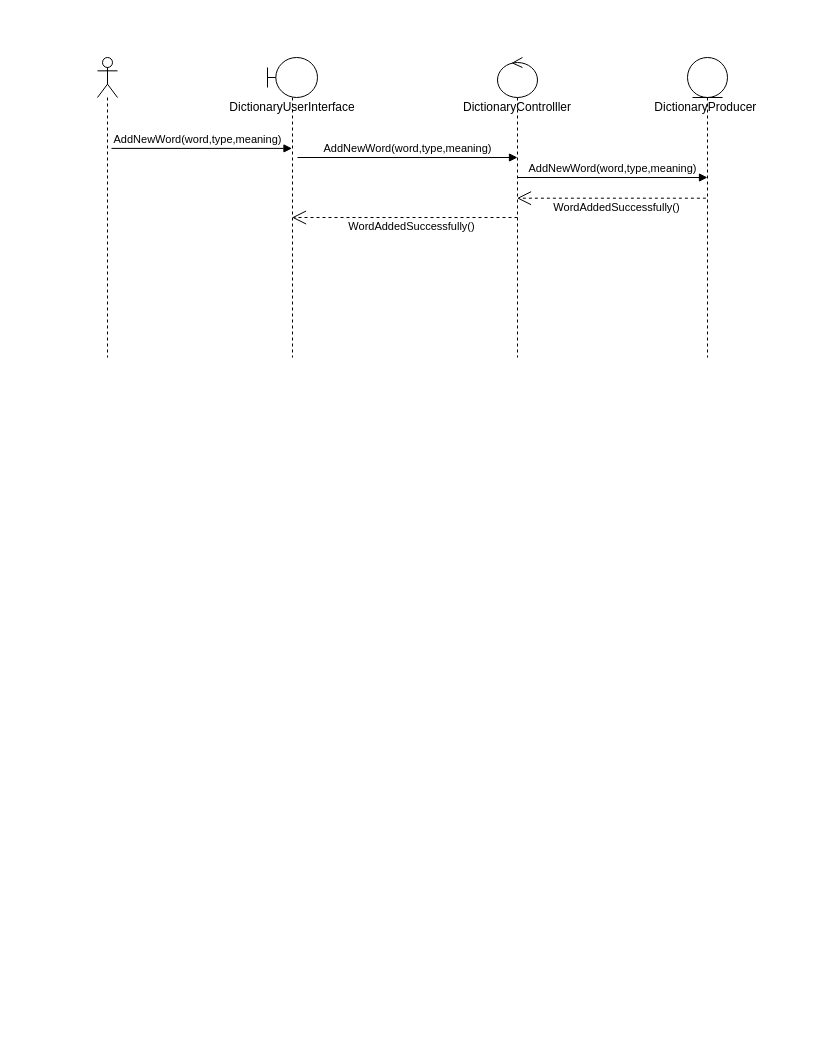
The draw.io diagram page "dictionary-scenario" (1 of 3) of diagrams/sa-osgi-a1.drawio in matthew-sliit/compactdictionaryforchatbot, before the edit. Source tidied: cells renumbered, new cells numbered last; positions are measured from the earlier drawing's top-left corner, leaving out a move shared by most shapes. Both pictures are drawn from the tidied source at 100%, with x=0, y=0 at pixel (97, 57).
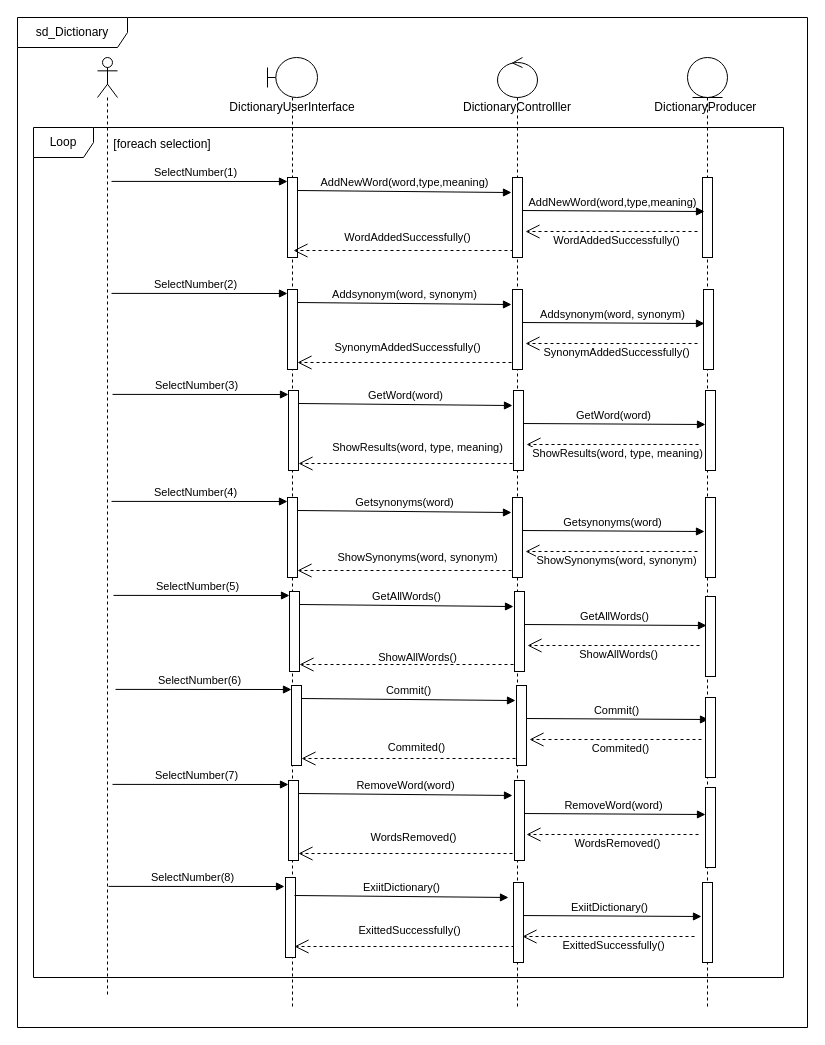
The same page after the edit.

The edit, as a diff of the source:
```diff
@@
+    <mxCell id="11" value="sd_Dictionary" style="shape=umlFrame;whiteSpace=wrap;html=1;width=110;height=30;" parent="1" vertex="1">
+      <mxGeometry x="-80" y="-40" width="790" height="1010" as="geometry" />
+    </mxCell>
+    <mxCell id="12" value="Loop" style="shape=umlFrame;whiteSpace=wrap;html=1;" parent="1" vertex="1">
+      <mxGeometry x="-64" y="70" width="750" height="850" as="geometry" />
+    </mxCell>
     <mxCell id="2" value="DictionaryUserInterface" style="shape=umlLifeline;participant=umlBoundary;perimeter=lifelinePerimeter;whiteSpace=wrap;html=1;verticalAlign=top;spacingTop=36;outlineConnect=0;" parent="1" vertex="1">
-      <mxGeometry x="170" width="50" height="300" as="geometry" />
+      <mxGeometry x="170" width="50" height="950" as="geometry" />
     </mxCell>
+    <mxCell id="13" style="html=1;perimeter=orthogonalPerimeter;" parent="2" vertex="1">
+      <mxGeometry x="20" y="120" width="10" height="80" as="geometry" />
+    </mxCell>
+    <mxCell id="14" style="html=1;perimeter=orthogonalPerimeter;" parent="2" vertex="1">
+      <mxGeometry x="18" y="820" width="10" height="80" as="geometry" />
+    </mxCell>
     <mxCell id="3" value="DictionaryProducer&amp;nbsp;" style="shape=umlLifeline;participant=umlEntity;perimeter=lifelinePerimeter;whiteSpace=wrap;html=1;verticalAlign=top;spacingTop=36;outlineConnect=0;" parent="1" vertex="1">
-      <mxGeometry x="590" width="40" height="300" as="geometry" />
+      <mxGeometry x="590" width="40" height="950" as="geometry" />
     </mxCell>
+    <mxCell id="15" style="html=1;points=[];perimeter=orthogonalPerimeter;" parent="3" vertex="1">
+      <mxGeometry x="15" y="120" width="10" height="80" as="geometry" />
+    </mxCell>
     <mxCell id="4" value="DictionaryControlller" style="shape=umlLifeline;participant=umlControl;perimeter=lifelinePerimeter;whiteSpace=wrap;html=1;verticalAlign=top;spacingTop=36;outlineConnect=0;" parent="1" vertex="1">
-      <mxGeometry x="400" width="40" height="300" as="geometry" />
+      <mxGeometry x="400" width="40" height="950" as="geometry" />
     </mxCell>
     <mxCell id="5" style="shape=umlLifeline;participant=umlActor;perimeter=lifelinePerimeter;whiteSpace=wrap;html=1;verticalAlign=top;spacingTop=36;outlineConnect=0;" parent="1" vertex="1">
-      <mxGeometry width="20" height="300" as="geometry" />
+      <mxGeometry width="20" height="940" as="geometry" />
     </mxCell>
-    <mxCell id="6" value="AddNewWord(word,type,meaning)" style="html=1;verticalAlign=bottom;endArrow=block;exitX=0.7;exitY=0.303;exitDx=0;exitDy=0;exitPerimeter=0;" parent="1" edge="1" source="5" target="2">
-      <mxGeometry x="-0.05" relative="1" as="geometry" />
+    <mxCell id="6" value="SelectNumber(1)" style="html=1;verticalAlign=bottom;endArrow=block;exitX=0.7;exitY=0.303;exitDx=0;exitDy=0;exitPerimeter=0;" parent="1" edge="1">
+      <mxGeometry x="-0.05" relative="1" as="geometry">
+        <mxPoint x="14" y="123.9" as="sourcePoint" />
+        <mxPoint x="190" y="124" as="targetPoint" />
+      </mxGeometry>
     </mxCell>
-    <mxCell id="7" value="AddNewWord(word,type,meaning)" style="html=1;verticalAlign=bottom;endArrow=block;" parent="1" edge="1">
+    <mxCell id="7" value="AddNewWord(word,type,meaning)" style="html=1;verticalAlign=bottom;endArrow=block;entryX=-0.1;entryY=0.188;entryDx=0;entryDy=0;entryPerimeter=0;" parent="1" edge="1" target="17">
       <mxGeometry relative="1" as="geometry">
-        <mxPoint x="200" y="100" as="sourcePoint" />
-        <mxPoint x="420" y="100" as="targetPoint" />
+        <mxPoint x="200" y="133" as="sourcePoint" />
       </mxGeometry>
     </mxCell>
-    <mxCell id="8" value="AddNewWord(word,type,meaning)" style="html=1;verticalAlign=bottom;endArrow=block;exitX=0.7;exitY=0.303;exitDx=0;exitDy=0;exitPerimeter=0;" parent="1" edge="1">
+    <mxCell id="8" value="AddNewWord(word,type,meaning)" style="html=1;verticalAlign=bottom;endArrow=block;startArrow=none;entryX=0.2;entryY=0.425;entryDx=0;entryDy=0;entryPerimeter=0;" parent="1" edge="1" target="15">
       <mxGeometry relative="1" as="geometry">
-        <mxPoint x="420" y="120" as="sourcePoint" />
-        <mxPoint x="610" y="120" as="targetPoint" />
+        <mxPoint x="422" y="153" as="sourcePoint" />
       </mxGeometry>
     </mxCell>
-    <mxCell id="9" value="WordAddedSuccessfully()" style="endArrow=open;endSize=12;dashed=1;html=1;exitX=0.46;exitY=0.469;exitDx=0;exitDy=0;exitPerimeter=0;" parent="1" edge="1" source="3" target="4">
-      <mxGeometry x="-0.06" y="9" relative="1" as="geometry" />
+    <mxCell id="9" value="WordAddedSuccessfully()" style="endArrow=open;endSize=12;dashed=1;html=1;entryX=1.3;entryY=0.675;entryDx=0;entryDy=0;entryPerimeter=0;" parent="1" edge="1" target="17">
+      <mxGeometry x="-0.06" y="9" relative="1" as="geometry">
+        <mxPoint x="600" y="174" as="sourcePoint" />
+      </mxGeometry>
     </mxCell>
-    <mxCell id="10" value="WordAddedSuccessfully()" style="endArrow=open;endSize=12;dashed=1;html=1;" parent="1" edge="1" target="2">
-      <mxGeometry x="-0.06" y="9" relative="1" as="geometry">
-        <mxPoint x="420" y="160" as="sourcePoint" />
+    <mxCell id="10" value="WordAddedSuccessfully()" style="endArrow=open;endSize=12;dashed=1;html=1;" parent="1" edge="1">
+      <mxGeometry x="-0.04" y="-13" relative="1" as="geometry">
+        <mxPoint x="416" y="193" as="sourcePoint" />
+        <mxPoint x="196" y="193" as="targetPoint" />
       </mxGeometry>
     </mxCell>
+    <mxCell id="16" value="[foreach selection]" style="text;html=1;strokeColor=none;fillColor=none;align=center;verticalAlign=middle;whiteSpace=wrap;rounded=0;" parent="1" vertex="1">
+      <mxGeometry x="5" y="77" width="120" height="20" as="geometry" />
+    </mxCell>
+    <mxCell id="17" style="html=1;points=[];perimeter=orthogonalPerimeter;" parent="1" vertex="1">
+      <mxGeometry x="415" y="120" width="10" height="80" as="geometry" />
+    </mxCell>
+    <mxCell id="18" style="html=1;verticalAlign=bottom;endArrow=none;" parent="1" edge="1" target="17">
+      <mxGeometry relative="1" as="geometry">
+        <mxPoint x="420" y="120" as="sourcePoint" />
+      </mxGeometry>
+    </mxCell>
+    <mxCell id="19" style="html=1;perimeter=orthogonalPerimeter;" parent="1" vertex="1">
+      <mxGeometry x="190" y="232" width="10" height="80" as="geometry" />
+    </mxCell>
+    <mxCell id="20" value="SelectNumber(2)" style="html=1;verticalAlign=bottom;endArrow=block;exitX=0.7;exitY=0.303;exitDx=0;exitDy=0;exitPerimeter=0;" parent="1" edge="1">
+      <mxGeometry x="-0.05" relative="1" as="geometry">
+        <mxPoint x="14" y="235.9" as="sourcePoint" />
+        <mxPoint x="190" y="236" as="targetPoint" />
+      </mxGeometry>
+    </mxCell>
+    <mxCell id="21" value="Addsynonym(word, synonym)" style="html=1;verticalAlign=bottom;endArrow=block;entryX=-0.1;entryY=0.188;entryDx=0;entryDy=0;entryPerimeter=0;" parent="1" edge="1" target="25">
+      <mxGeometry relative="1" as="geometry">
+        <mxPoint x="200" y="245" as="sourcePoint" />
+      </mxGeometry>
+    </mxCell>
+    <mxCell id="22" value="Addsynonym(word, synonym)" style="html=1;verticalAlign=bottom;endArrow=block;startArrow=none;entryX=0.2;entryY=0.425;entryDx=0;entryDy=0;entryPerimeter=0;" parent="1" edge="1">
+      <mxGeometry relative="1" as="geometry">
+        <mxPoint x="422" y="265" as="sourcePoint" />
+        <mxPoint x="607" y="266" as="targetPoint" />
+      </mxGeometry>
+    </mxCell>
+    <mxCell id="23" value="SynonymAddedSuccessfully()" style="endArrow=open;endSize=12;dashed=1;html=1;entryX=1.3;entryY=0.675;entryDx=0;entryDy=0;entryPerimeter=0;" parent="1" edge="1" target="25">
+      <mxGeometry x="-0.06" y="9" relative="1" as="geometry">
+        <mxPoint x="600" y="286" as="sourcePoint" />
+      </mxGeometry>
+    </mxCell>
+    <mxCell id="24" value="SynonymAddedSuccessfully()" style="endArrow=open;endSize=12;dashed=1;html=1;" parent="1" edge="1">
+      <mxGeometry y="-15" relative="1" as="geometry">
+        <mxPoint x="420" y="305" as="sourcePoint" />
+        <mxPoint x="200" y="305" as="targetPoint" />
+      </mxGeometry>
+    </mxCell>
+    <mxCell id="25" style="html=1;points=[];perimeter=orthogonalPerimeter;" parent="1" vertex="1">
+      <mxGeometry x="415" y="232" width="10" height="80" as="geometry" />
+    </mxCell>
+    <mxCell id="26" style="html=1;perimeter=orthogonalPerimeter;" parent="1" vertex="1">
+      <mxGeometry x="606" y="232" width="10" height="80" as="geometry" />
+    </mxCell>
+    <mxCell id="27" style="html=1;perimeter=orthogonalPerimeter;" parent="1" vertex="1">
+      <mxGeometry x="191" y="333" width="10" height="80" as="geometry" />
+    </mxCell>
+    <mxCell id="28" value="SelectNumber(3)" style="html=1;verticalAlign=bottom;endArrow=block;exitX=0.7;exitY=0.303;exitDx=0;exitDy=0;exitPerimeter=0;" parent="1" edge="1">
+      <mxGeometry x="-0.05" relative="1" as="geometry">
+        <mxPoint x="15" y="336.9" as="sourcePoint" />
+        <mxPoint x="191" y="337" as="targetPoint" />
+      </mxGeometry>
+    </mxCell>
+    <mxCell id="29" value="GetWord(word)" style="html=1;verticalAlign=bottom;endArrow=block;entryX=-0.1;entryY=0.188;entryDx=0;entryDy=0;entryPerimeter=0;" parent="1" edge="1" target="33">
+      <mxGeometry relative="1" as="geometry">
+        <mxPoint x="201" y="346" as="sourcePoint" />
+      </mxGeometry>
+    </mxCell>
+    <mxCell id="30" value="GetWord(word)" style="html=1;verticalAlign=bottom;endArrow=block;startArrow=none;entryX=0.2;entryY=0.425;entryDx=0;entryDy=0;entryPerimeter=0;" parent="1" edge="1">
+      <mxGeometry relative="1" as="geometry">
+        <mxPoint x="423" y="366" as="sourcePoint" />
+        <mxPoint x="608" y="367" as="targetPoint" />
+      </mxGeometry>
+    </mxCell>
+    <mxCell id="31" value="ShowResults(word, type, meaning)" style="endArrow=open;endSize=12;dashed=1;html=1;entryX=1.3;entryY=0.675;entryDx=0;entryDy=0;entryPerimeter=0;" parent="1" edge="1" target="33">
+      <mxGeometry x="-0.06" y="9" relative="1" as="geometry">
+        <mxPoint x="601" y="387" as="sourcePoint" />
+      </mxGeometry>
+    </mxCell>
+    <mxCell id="32" value="ShowResults(word, type, meaning)" style="endArrow=open;endSize=12;dashed=1;html=1;" parent="1" edge="1">
+      <mxGeometry x="-0.08" y="-16" relative="1" as="geometry">
+        <mxPoint x="421" y="406" as="sourcePoint" />
+        <mxPoint x="201" y="406" as="targetPoint" />
+      </mxGeometry>
+    </mxCell>
+    <mxCell id="33" style="html=1;points=[];perimeter=orthogonalPerimeter;" parent="1" vertex="1">
+      <mxGeometry x="416" y="333" width="10" height="80" as="geometry" />
+    </mxCell>
+    <mxCell id="34" style="html=1;perimeter=orthogonalPerimeter;" parent="1" vertex="1">
+      <mxGeometry x="190" y="440" width="10" height="80" as="geometry" />
+    </mxCell>
+    <mxCell id="35" value="SelectNumber(4)" style="html=1;verticalAlign=bottom;endArrow=block;exitX=0.7;exitY=0.303;exitDx=0;exitDy=0;exitPerimeter=0;" parent="1" edge="1">
+      <mxGeometry x="-0.05" relative="1" as="geometry">
+        <mxPoint x="14" y="443.9" as="sourcePoint" />
+        <mxPoint x="190" y="444" as="targetPoint" />
+      </mxGeometry>
+    </mxCell>
+    <mxCell id="36" value="Getsynonyms(word)" style="html=1;verticalAlign=bottom;endArrow=block;entryX=-0.1;entryY=0.188;entryDx=0;entryDy=0;entryPerimeter=0;" parent="1" edge="1" target="40">
+      <mxGeometry relative="1" as="geometry">
+        <mxPoint x="200" y="453" as="sourcePoint" />
+      </mxGeometry>
+    </mxCell>
+    <mxCell id="37" value="Getsynonyms(word)" style="html=1;verticalAlign=bottom;endArrow=block;startArrow=none;entryX=0.2;entryY=0.425;entryDx=0;entryDy=0;entryPerimeter=0;" parent="1" edge="1">
+      <mxGeometry relative="1" as="geometry">
+        <mxPoint x="422" y="473" as="sourcePoint" />
+        <mxPoint x="607" y="474" as="targetPoint" />
+      </mxGeometry>
+    </mxCell>
+    <mxCell id="38" value="ShowSynonyms(word, synonym)" style="endArrow=open;endSize=12;dashed=1;html=1;entryX=1.3;entryY=0.675;entryDx=0;entryDy=0;entryPerimeter=0;" parent="1" edge="1" target="40">
+      <mxGeometry x="-0.06" y="9" relative="1" as="geometry">
+        <mxPoint x="600" y="494" as="sourcePoint" />
+      </mxGeometry>
+    </mxCell>
+    <mxCell id="39" value="ShowSynonyms(word, synonym)" style="endArrow=open;endSize=12;dashed=1;html=1;" parent="1" edge="1">
+      <mxGeometry x="-0.09" y="-13" relative="1" as="geometry">
+        <mxPoint x="420" y="513" as="sourcePoint" />
+        <mxPoint x="200" y="513" as="targetPoint" />
+      </mxGeometry>
+    </mxCell>
+    <mxCell id="40" style="html=1;points=[];perimeter=orthogonalPerimeter;" parent="1" vertex="1">
+      <mxGeometry x="415" y="440" width="10" height="80" as="geometry" />
+    </mxCell>
+    <mxCell id="41" style="html=1;perimeter=orthogonalPerimeter;" parent="1" vertex="1">
+      <mxGeometry x="192" y="534" width="10" height="80" as="geometry" />
+    </mxCell>
+    <mxCell id="42" value="SelectNumber(5)" style="html=1;verticalAlign=bottom;endArrow=block;exitX=0.7;exitY=0.303;exitDx=0;exitDy=0;exitPerimeter=0;" parent="1" edge="1">
+      <mxGeometry x="-0.05" relative="1" as="geometry">
+        <mxPoint x="16" y="537.9" as="sourcePoint" />
+        <mxPoint x="192" y="538" as="targetPoint" />
+      </mxGeometry>
+    </mxCell>
+    <mxCell id="43" value="GetAllWords()" style="html=1;verticalAlign=bottom;endArrow=block;entryX=-0.1;entryY=0.188;entryDx=0;entryDy=0;entryPerimeter=0;" parent="1" edge="1" target="47">
+      <mxGeometry relative="1" as="geometry">
+        <mxPoint x="202" y="547" as="sourcePoint" />
+      </mxGeometry>
+    </mxCell>
+    <mxCell id="44" value="GetAllWords()" style="html=1;verticalAlign=bottom;endArrow=block;startArrow=none;entryX=0.2;entryY=0.425;entryDx=0;entryDy=0;entryPerimeter=0;" parent="1" edge="1">
+      <mxGeometry relative="1" as="geometry">
+        <mxPoint x="424" y="567" as="sourcePoint" />
+        <mxPoint x="609" y="568" as="targetPoint" />
+      </mxGeometry>
+    </mxCell>
+    <mxCell id="45" value="ShowAllWords()" style="endArrow=open;endSize=12;dashed=1;html=1;entryX=1.3;entryY=0.675;entryDx=0;entryDy=0;entryPerimeter=0;" parent="1" edge="1" target="47">
+      <mxGeometry x="-0.06" y="9" relative="1" as="geometry">
+        <mxPoint x="602" y="588" as="sourcePoint" />
+      </mxGeometry>
+    </mxCell>
+    <mxCell id="46" value="ShowAllWords()" style="endArrow=open;endSize=12;dashed=1;html=1;" parent="1" edge="1">
+      <mxGeometry x="-0.07" y="-7" relative="1" as="geometry">
+        <mxPoint x="422" y="607" as="sourcePoint" />
+        <mxPoint x="202" y="607" as="targetPoint" />
+      </mxGeometry>
+    </mxCell>
+    <mxCell id="47" style="html=1;points=[];perimeter=orthogonalPerimeter;" parent="1" vertex="1">
+      <mxGeometry x="417" y="534" width="10" height="80" as="geometry" />
+    </mxCell>
+    <mxCell id="48" style="html=1;perimeter=orthogonalPerimeter;" parent="1" vertex="1">
+      <mxGeometry x="194" y="628" width="10" height="80" as="geometry" />
+    </mxCell>
+    <mxCell id="49" value="SelectNumber(6)" style="html=1;verticalAlign=bottom;endArrow=block;exitX=0.7;exitY=0.303;exitDx=0;exitDy=0;exitPerimeter=0;" parent="1" edge="1">
+      <mxGeometry x="-0.05" relative="1" as="geometry">
+        <mxPoint x="18" y="631.9" as="sourcePoint" />
+        <mxPoint x="194" y="632" as="targetPoint" />
+      </mxGeometry>
+    </mxCell>
+    <mxCell id="50" value="Commit()" style="html=1;verticalAlign=bottom;endArrow=block;entryX=-0.1;entryY=0.188;entryDx=0;entryDy=0;entryPerimeter=0;" parent="1" edge="1" target="54">
+      <mxGeometry relative="1" as="geometry">
+        <mxPoint x="204" y="641" as="sourcePoint" />
+      </mxGeometry>
+    </mxCell>
+    <mxCell id="51" value="Commit()" style="html=1;verticalAlign=bottom;endArrow=block;startArrow=none;entryX=0.2;entryY=0.425;entryDx=0;entryDy=0;entryPerimeter=0;" parent="1" edge="1">
+      <mxGeometry relative="1" as="geometry">
+        <mxPoint x="426" y="661" as="sourcePoint" />
+        <mxPoint x="611" y="662" as="targetPoint" />
+      </mxGeometry>
+    </mxCell>
+    <mxCell id="52" value="Commited()" style="endArrow=open;endSize=12;dashed=1;html=1;entryX=1.3;entryY=0.675;entryDx=0;entryDy=0;entryPerimeter=0;" parent="1" edge="1" target="54">
+      <mxGeometry x="-0.06" y="9" relative="1" as="geometry">
+        <mxPoint x="604" y="682" as="sourcePoint" />
+      </mxGeometry>
+    </mxCell>
+    <mxCell id="53" value="Commited()" style="endArrow=open;endSize=12;dashed=1;html=1;" parent="1" edge="1">
+      <mxGeometry x="-0.05" y="-11" relative="1" as="geometry">
+        <mxPoint x="424" y="701" as="sourcePoint" />
+        <mxPoint x="204" y="701" as="targetPoint" />
+      </mxGeometry>
+    </mxCell>
+    <mxCell id="54" style="html=1;points=[];perimeter=orthogonalPerimeter;" parent="1" vertex="1">
+      <mxGeometry x="419" y="628" width="10" height="80" as="geometry" />
+    </mxCell>
+    <mxCell id="55" style="html=1;perimeter=orthogonalPerimeter;" parent="1" vertex="1">
+      <mxGeometry x="191" y="723" width="10" height="80" as="geometry" />
+    </mxCell>
+    <mxCell id="56" value="SelectNumber(7)" style="html=1;verticalAlign=bottom;endArrow=block;exitX=0.7;exitY=0.303;exitDx=0;exitDy=0;exitPerimeter=0;" parent="1" edge="1">
+      <mxGeometry x="-0.05" relative="1" as="geometry">
+        <mxPoint x="15" y="726.9" as="sourcePoint" />
+        <mxPoint x="191" y="727" as="targetPoint" />
+      </mxGeometry>
+    </mxCell>
+    <mxCell id="57" value="RemoveWord(word)" style="html=1;verticalAlign=bottom;endArrow=block;entryX=-0.1;entryY=0.188;entryDx=0;entryDy=0;entryPerimeter=0;" parent="1" edge="1">
+      <mxGeometry relative="1" as="geometry">
+        <mxPoint x="201" y="736" as="sourcePoint" />
+        <mxPoint x="415" y="738" as="targetPoint" />
+      </mxGeometry>
+    </mxCell>
+    <mxCell id="58" value="RemoveWord(word)" style="html=1;verticalAlign=bottom;endArrow=block;startArrow=none;entryX=0.2;entryY=0.425;entryDx=0;entryDy=0;entryPerimeter=0;" parent="1" edge="1">
+      <mxGeometry relative="1" as="geometry">
+        <mxPoint x="423" y="756" as="sourcePoint" />
+        <mxPoint x="608" y="757" as="targetPoint" />
+      </mxGeometry>
+    </mxCell>
+    <mxCell id="59" value="WordsRemoved()" style="endArrow=open;endSize=12;dashed=1;html=1;entryX=1.3;entryY=0.675;entryDx=0;entryDy=0;entryPerimeter=0;" parent="1" edge="1">
+      <mxGeometry x="-0.06" y="9" relative="1" as="geometry">
+        <mxPoint x="601" y="777" as="sourcePoint" />
+        <mxPoint x="429" y="777" as="targetPoint" />
+      </mxGeometry>
+    </mxCell>
+    <mxCell id="60" value="WordsRemoved()" style="endArrow=open;endSize=12;dashed=1;html=1;" parent="1" edge="1">
+      <mxGeometry x="-0.05" y="-16" relative="1" as="geometry">
+        <mxPoint x="421" y="796" as="sourcePoint" />
+        <mxPoint x="201" y="796" as="targetPoint" />
+      </mxGeometry>
+    </mxCell>
+    <mxCell id="61" style="html=1;perimeter=orthogonalPerimeter;" parent="1" vertex="1">
+      <mxGeometry x="417" y="723" width="10" height="80" as="geometry" />
+    </mxCell>
+    <mxCell id="62" style="html=1;perimeter=orthogonalPerimeter;" parent="1" vertex="1">
+      <mxGeometry x="608" y="333" width="10" height="80" as="geometry" />
+    </mxCell>
+    <mxCell id="63" style="html=1;perimeter=orthogonalPerimeter;" parent="1" vertex="1">
+      <mxGeometry x="608" y="440" width="10" height="80" as="geometry" />
+    </mxCell>
+    <mxCell id="64" style="html=1;perimeter=orthogonalPerimeter;" parent="1" vertex="1">
+      <mxGeometry x="608" y="539" width="10" height="80" as="geometry" />
+    </mxCell>
+    <mxCell id="65" style="html=1;perimeter=orthogonalPerimeter;" parent="1" vertex="1">
+      <mxGeometry x="608" y="640" width="10" height="80" as="geometry" />
+    </mxCell>
+    <mxCell id="66" style="html=1;perimeter=orthogonalPerimeter;" parent="1" vertex="1">
+      <mxGeometry x="608" y="730" width="10" height="80" as="geometry" />
+    </mxCell>
+    <mxCell id="67" value="SelectNumber(8)" style="html=1;verticalAlign=bottom;endArrow=block;exitX=0.7;exitY=0.303;exitDx=0;exitDy=0;exitPerimeter=0;" parent="1" edge="1">
+      <mxGeometry x="-0.05" relative="1" as="geometry">
+        <mxPoint x="11" y="828.9" as="sourcePoint" />
+        <mxPoint x="187" y="829" as="targetPoint" />
+      </mxGeometry>
+    </mxCell>
+    <mxCell id="68" value="ExiitDictionary()" style="html=1;verticalAlign=bottom;endArrow=block;entryX=-0.1;entryY=0.188;entryDx=0;entryDy=0;entryPerimeter=0;" parent="1" edge="1">
+      <mxGeometry relative="1" as="geometry">
+        <mxPoint x="197" y="838" as="sourcePoint" />
+        <mxPoint x="411" y="840" as="targetPoint" />
+      </mxGeometry>
+    </mxCell>
+    <mxCell id="69" value="ExiitDictionary()" style="html=1;verticalAlign=bottom;endArrow=block;startArrow=none;entryX=0.2;entryY=0.425;entryDx=0;entryDy=0;entryPerimeter=0;" parent="1" edge="1">
+      <mxGeometry relative="1" as="geometry">
+        <mxPoint x="419" y="858" as="sourcePoint" />
+        <mxPoint x="604" y="859" as="targetPoint" />
+      </mxGeometry>
+    </mxCell>
+    <mxCell id="70" value="ExittedSuccessfully()" style="endArrow=open;endSize=12;dashed=1;html=1;entryX=1.3;entryY=0.675;entryDx=0;entryDy=0;entryPerimeter=0;" parent="1" edge="1">
+      <mxGeometry x="-0.06" y="9" relative="1" as="geometry">
+        <mxPoint x="597" y="879" as="sourcePoint" />
+        <mxPoint x="425" y="879" as="targetPoint" />
+      </mxGeometry>
+    </mxCell>
+    <mxCell id="71" value="ExittedSuccessfully()" style="endArrow=open;endSize=12;dashed=1;html=1;" parent="1" edge="1">
+      <mxGeometry x="-0.05" y="-16" relative="1" as="geometry">
+        <mxPoint x="417" y="889" as="sourcePoint" />
+        <mxPoint x="197" y="889" as="targetPoint" />
+      </mxGeometry>
+    </mxCell>
+    <mxCell id="72" style="html=1;perimeter=orthogonalPerimeter;" parent="1" vertex="1">
+      <mxGeometry x="416" y="825" width="10" height="80" as="geometry" />
+    </mxCell>
+    <mxCell id="73" style="html=1;perimeter=orthogonalPerimeter;" parent="1" vertex="1">
+      <mxGeometry x="605" y="825" width="10" height="80" as="geometry" />
+    </mxCell>
```
